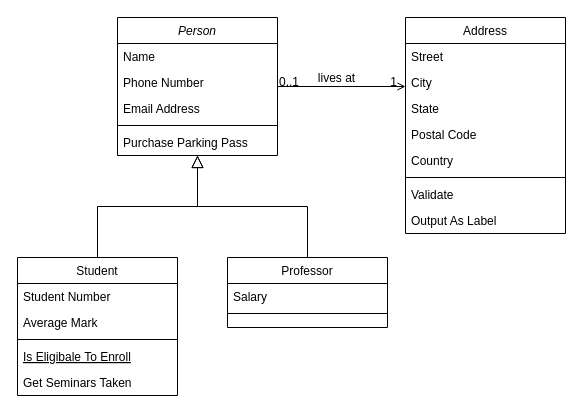
Before: 未命名绘图.drawio in li274278640/sinosun, a draw.io diagram. Source tidied: cells renumbered, new cells numbered last; positions are measured from the earlier drawing's top-left corner, leaving out a move shared by most shapes. Both pictures are drawn from the tidied source at 100%, with x=0, y=0 at pixel (17, 17).
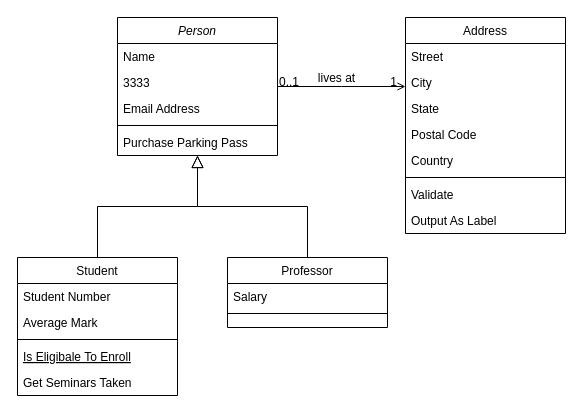
After the change.

Commit message:
更新未命名绘图.drawio

Unchanged cells that the change refers to:
```xml
<mxCell id="2" value="Person" style="swimlane;fontStyle=2;align=center;verticalAlign=top;horizontal=1;startSize=26;rounded=0;shadow=0;strokeWidth=1;" parent="1" vertex="1">
  <mxGeometry x="100" width="160" height="138" as="geometry" />
</mxCell>
```

The edit, as a diff of the source:
```diff
@@
-    <mxCell id="4" value="Phone Number" style="text;align=left;verticalAlign=top;spacingLeft=4;spacingRight=4;overflow=hidden;rounded=0;shadow=0;html=0;" parent="2" vertex="1">
+    <mxCell id="4" value="3333" style="text;align=left;verticalAlign=top;spacingLeft=4;spacingRight=4;overflow=hidden;rounded=0;shadow=0;html=0;" parent="2" vertex="1">
       <mxGeometry y="52" width="160" height="26" as="geometry" />
     </mxCell>
```
